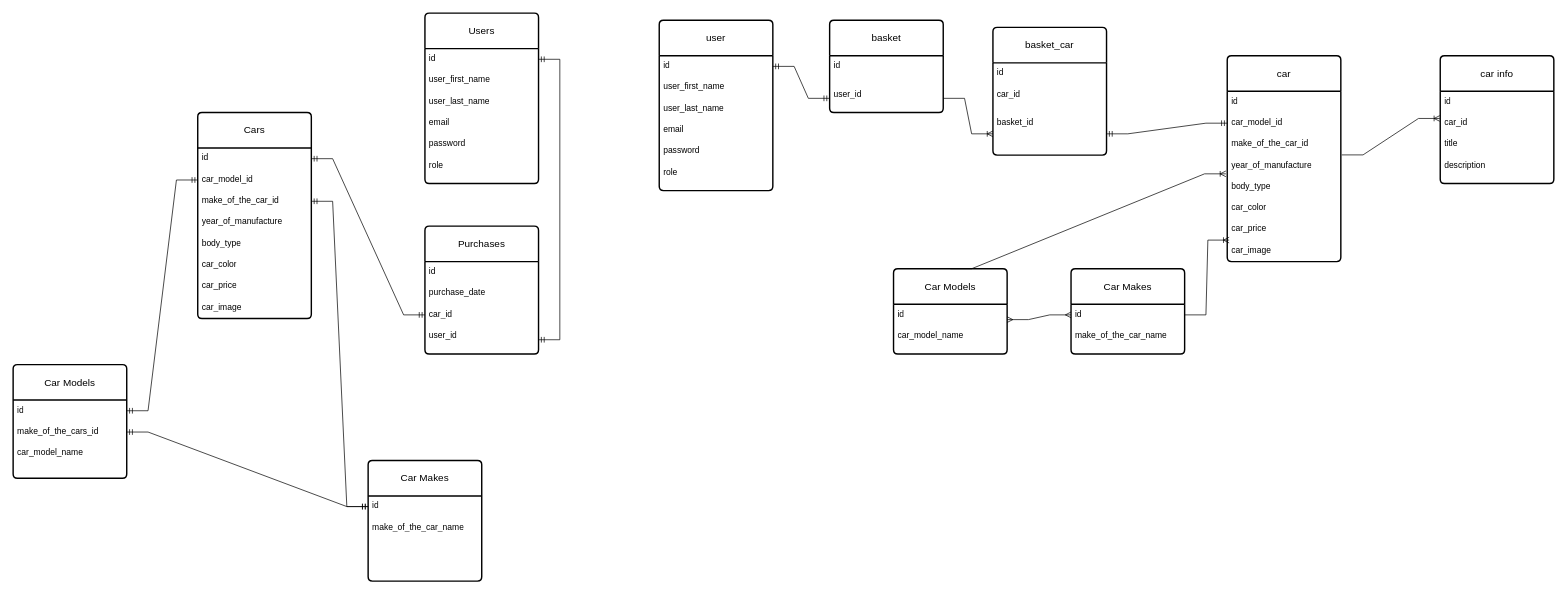
Before: diagram.drawio in pablosukaban/cars-store, a draw.io diagram. Source tidied: cells renumbered, new cells numbered last; positions are measured from the earlier drawing's top-left corner, leaving out a move shared by most shapes. Both pictures are drawn from the tidied source at 71%, with x=0, y=0 at pixel (13, 13).
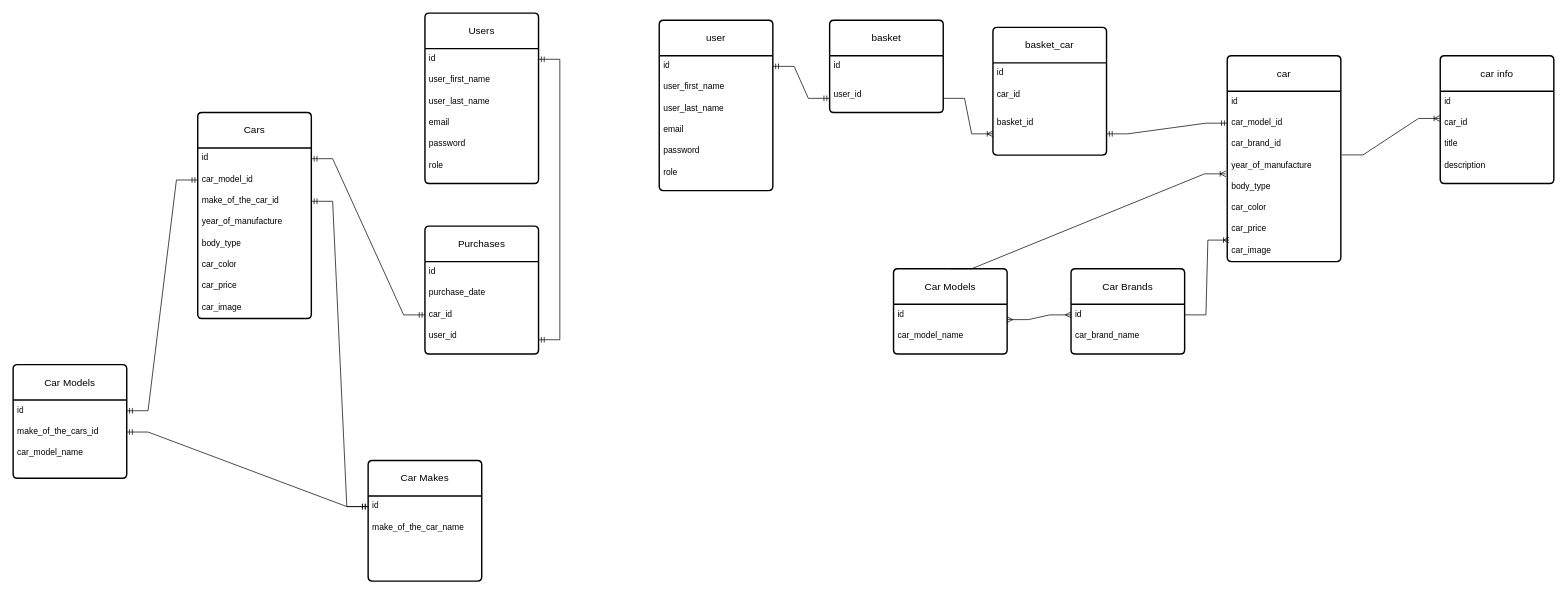
After the change.

Unchanged cells that the change refers to:
```xml
<mxCell id="50" value="car" style="swimlane;horizontal=1;startSize=50;rounded=1;fontSize=14;fontStyle=0;strokeWidth=2;shadow=0;dashed=0;align=center;arcSize=4;whiteSpace=wrap;html=1;" parent="1" vertex="1">
  <mxGeometry x="1710" y="60" width="160" height="290" as="geometry" />
</mxCell>
```

The edit, as a diff of the source:
```diff
@@
-    <mxCell id="53" value="make_of_the_car_id" style="text;strokeColor=none;fillColor=none;spacingLeft=4;spacingRight=4;overflow=hidden;fontSize=12;whiteSpace=wrap;html=1;" parent="50" vertex="1">
+    <mxCell id="53" value="car_brand_id" style="text;strokeColor=none;fillColor=none;spacingLeft=4;spacingRight=4;overflow=hidden;fontSize=12;whiteSpace=wrap;html=1;" parent="50" vertex="1">
       <mxGeometry y="110" width="160" height="30" as="geometry" />
     </mxCell>
@@
-    <mxCell id="63" value="Car Makes" style="swimlane;horizontal=1;startSize=50;rounded=1;fontSize=14;fontStyle=0;strokeWidth=2;shadow=0;dashed=0;align=center;arcSize=4;whiteSpace=wrap;html=1;" parent="1" vertex="1">
+    <mxCell id="63" value="Car Brands" style="swimlane;horizontal=1;startSize=50;rounded=1;fontSize=14;fontStyle=0;strokeWidth=2;shadow=0;dashed=0;align=center;arcSize=4;whiteSpace=wrap;html=1;" parent="1" vertex="1">
       <mxGeometry x="1490" y="360" width="160" height="120" as="geometry" />
     </mxCell>
@@
-    <mxCell id="65" value="make_of_the_car_name" style="text;strokeColor=none;fillColor=none;spacingLeft=4;spacingRight=4;overflow=hidden;fontSize=12;whiteSpace=wrap;html=1;" parent="63" vertex="1">
+    <mxCell id="65" value="car_brand_name" style="text;strokeColor=none;fillColor=none;spacingLeft=4;spacingRight=4;overflow=hidden;fontSize=12;whiteSpace=wrap;html=1;" parent="63" vertex="1">
       <mxGeometry y="80" width="160" height="40" as="geometry" />
     </mxCell>
```
